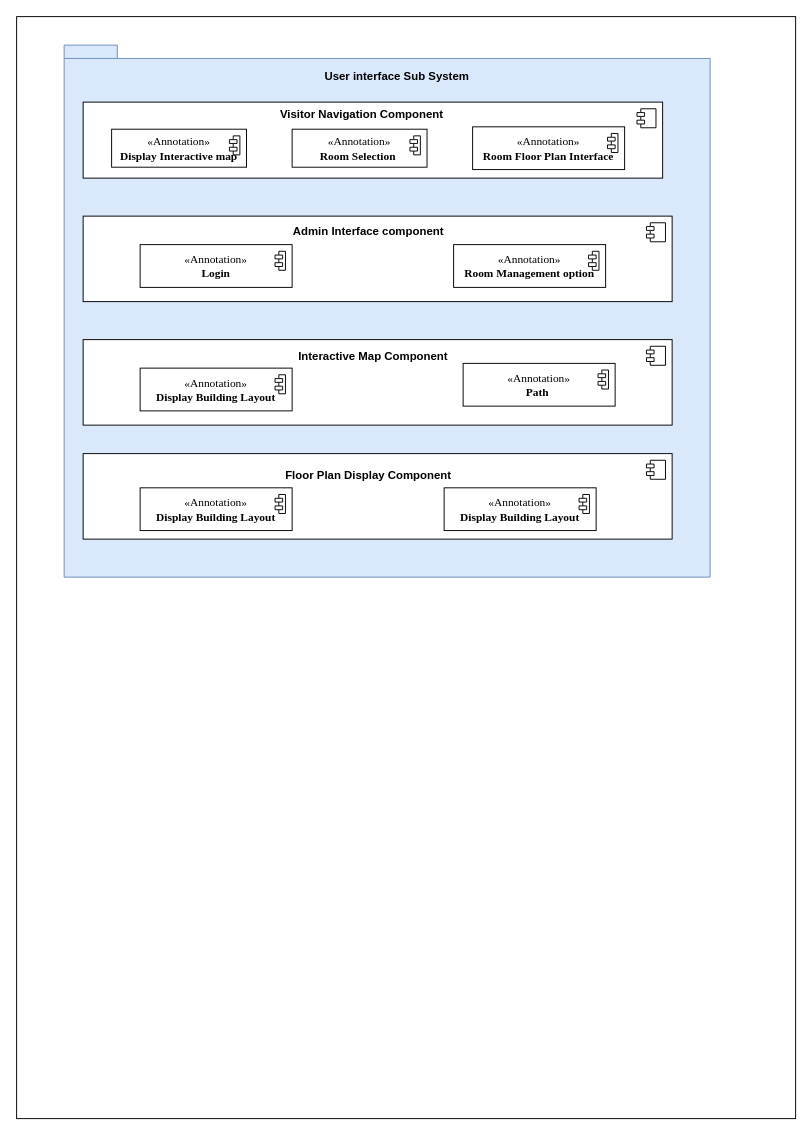
TsiOnshime/diagrams keeps this draw.io diagram as Sub_System_Architecture.drawio. Above is the earlier version. Source tidied: cells renumbered, new cells numbered last; positions are measured from the earlier drawing's top-left corner, leaving out a move shared by most shapes. Both pictures are drawn from the tidied source at 95%, with x=0, y=0 at pixel (16, 16).
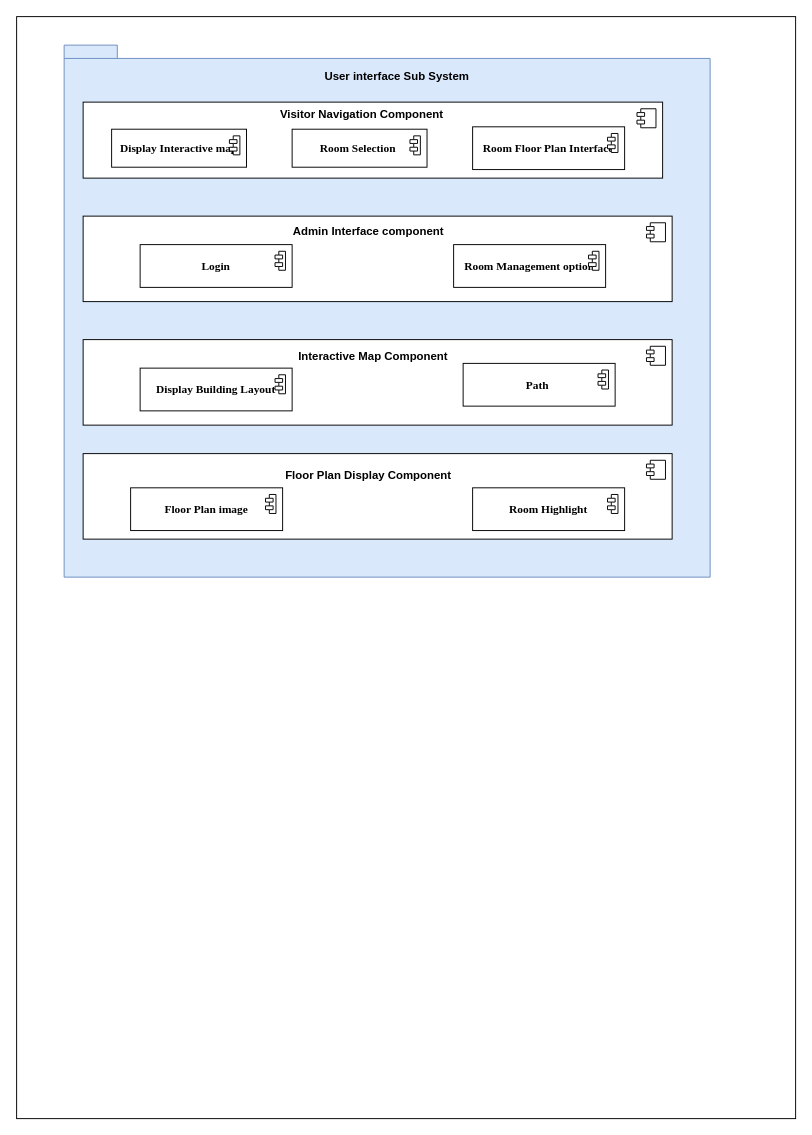
After the change.

Diff of the diagram source:
```diff
@@
-    <mxCell id="7" value="«Annotation»&lt;br&gt;&lt;b&gt;Display Interactive map&lt;/b&gt;" style="html=1;whiteSpace=wrap;fontFamily=Times New Roman;spacing=2;" parent="1" vertex="1">
+    <mxCell id="7" value="&lt;b&gt;Display Interactive map&lt;/b&gt;" style="html=1;whiteSpace=wrap;fontFamily=Times New Roman;spacing=2;" parent="1" vertex="1">
       <mxGeometry x="100" y="118.5" width="142" height="40" as="geometry" />
     </mxCell>
@@
-    <mxCell id="9" value="«Annotation»&lt;br&gt;&lt;b&gt;Room Selection&amp;nbsp;&lt;/b&gt;" style="html=1;whiteSpace=wrap;fontFamily=Times New Roman;spacing=2;" parent="1" vertex="1">
+    <mxCell id="9" value="&lt;b&gt;Room Selection&amp;nbsp;&lt;/b&gt;" style="html=1;whiteSpace=wrap;fontFamily=Times New Roman;spacing=2;" parent="1" vertex="1">
       <mxGeometry x="290" y="118.5" width="142" height="40" as="geometry" />
     </mxCell>
@@
-    <mxCell id="11" value="«Annotation»&lt;br&gt;&lt;b&gt;Room Floor Plan Interface&lt;/b&gt;" style="html=1;whiteSpace=wrap;fontFamily=Times New Roman;spacing=2;" parent="1" vertex="1">
+    <mxCell id="11" value="&lt;b&gt;Room Floor Plan Interface&lt;/b&gt;" style="html=1;whiteSpace=wrap;fontFamily=Times New Roman;spacing=2;" parent="1" vertex="1">
       <mxGeometry x="480" y="116" width="160" height="45" as="geometry" />
     </mxCell>
@@
-    <mxCell id="16" value="«Annotation»&lt;br&gt;&lt;b&gt;Room Management option&lt;/b&gt;" style="html=1;whiteSpace=wrap;fontFamily=Times New Roman;spacing=2;" parent="1" vertex="1">
+    <mxCell id="16" value="&lt;b&gt;Room Management option&lt;/b&gt;" style="html=1;whiteSpace=wrap;fontFamily=Times New Roman;spacing=2;" parent="1" vertex="1">
       <mxGeometry x="460" y="240" width="160" height="45" as="geometry" />
     </mxCell>
@@
-    <mxCell id="18" value="«Annotation»&lt;br&gt;&lt;b&gt;Login&lt;/b&gt;" style="html=1;whiteSpace=wrap;fontFamily=Times New Roman;spacing=2;" parent="1" vertex="1">
+    <mxCell id="18" value="&lt;b&gt;Login&lt;/b&gt;" style="html=1;whiteSpace=wrap;fontFamily=Times New Roman;spacing=2;" parent="1" vertex="1">
       <mxGeometry x="130" y="240" width="160" height="45" as="geometry" />
     </mxCell>
@@
-    <mxCell id="24" value="«Annotation»&lt;br&gt;&lt;b&gt;Display Building Layout&lt;/b&gt;" style="html=1;whiteSpace=wrap;fontFamily=Times New Roman;spacing=2;" parent="1" vertex="1">
+    <mxCell id="24" value="&lt;b&gt;Display Building Layout&lt;/b&gt;" style="html=1;whiteSpace=wrap;fontFamily=Times New Roman;spacing=2;" parent="1" vertex="1">
       <mxGeometry x="130" y="370" width="160" height="45" as="geometry" />
     </mxCell>
@@
-    <mxCell id="26" value="«Annotation»&lt;br&gt;&lt;b&gt;Path&amp;nbsp;&lt;/b&gt;" style="html=1;whiteSpace=wrap;fontFamily=Times New Roman;spacing=2;" parent="1" vertex="1">
+    <mxCell id="26" value="&lt;b&gt;Path&amp;nbsp;&lt;/b&gt;" style="html=1;whiteSpace=wrap;fontFamily=Times New Roman;spacing=2;" parent="1" vertex="1">
       <mxGeometry x="470" y="365" width="160" height="45" as="geometry" />
     </mxCell>
@@
-    <mxCell id="31" value="«Annotation»&lt;br&gt;&lt;b&gt;Display Building Layout&lt;/b&gt;" style="html=1;whiteSpace=wrap;fontFamily=Times New Roman;spacing=2;" parent="1" vertex="1">
-      <mxGeometry x="130" y="496" width="160" height="45" as="geometry" />
-    </mxCell>
-    <mxCell id="32" style="shape=module;jettyWidth=8;jettyHeight=4;fontFamily=Times New Roman;spacing=2;" parent="31" vertex="1">
-      <mxGeometry x="1" width="11" height="20" relative="1" as="geometry">
-        <mxPoint x="-18" y="7" as="offset" />
-      </mxGeometry>
-    </mxCell>
-    <mxCell id="33" value="«Annotation»&lt;br&gt;&lt;b&gt;Display Building Layout&lt;/b&gt;" style="html=1;whiteSpace=wrap;fontFamily=Times New Roman;spacing=2;" parent="1" vertex="1">
-      <mxGeometry x="450" y="496" width="160" height="45" as="geometry" />
-    </mxCell>
-    <mxCell id="34" style="shape=module;jettyWidth=8;jettyHeight=4;fontFamily=Times New Roman;spacing=2;" parent="33" vertex="1">
-      <mxGeometry x="1" width="11" height="20" relative="1" as="geometry">
-        <mxPoint x="-18" y="7" as="offset" />
-      </mxGeometry>
-    </mxCell>
+    <mxCell id="35" value="&lt;b&gt;Floor Plan image&lt;/b&gt;" style="html=1;whiteSpace=wrap;fontFamily=Times New Roman;spacing=2;" parent="1" vertex="1">
+      <mxGeometry x="120" y="496" width="160" height="45" as="geometry" />
+    </mxCell>
+    <mxCell id="36" style="shape=module;jettyWidth=8;jettyHeight=4;fontFamily=Times New Roman;spacing=2;" parent="35" vertex="1">
+      <mxGeometry x="1" width="11" height="20" relative="1" as="geometry">
+        <mxPoint x="-18" y="7" as="offset" />
+      </mxGeometry>
+    </mxCell>
+    <mxCell id="37" value="&lt;b&gt;Room Highlight&lt;/b&gt;" style="html=1;whiteSpace=wrap;fontFamily=Times New Roman;spacing=2;" parent="1" vertex="1">
+      <mxGeometry x="480" y="496" width="160" height="45" as="geometry" />
+    </mxCell>
+    <mxCell id="38" style="shape=module;jettyWidth=8;jettyHeight=4;fontFamily=Times New Roman;spacing=2;" parent="37" vertex="1">
+      <mxGeometry x="1" width="11" height="20" relative="1" as="geometry">
+        <mxPoint x="-18" y="7" as="offset" />
+      </mxGeometry>
+    </mxCell>
```
